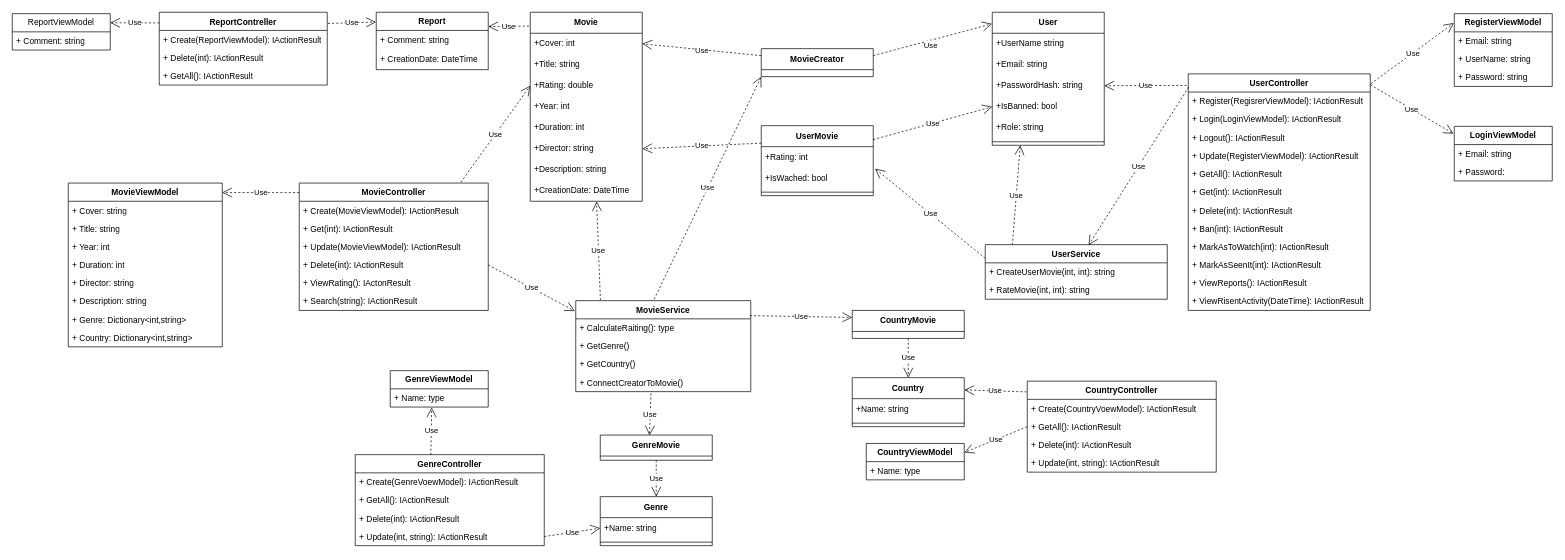
KavomanyOrganization/MovieList keeps this draw.io diagram as page "Page-1" (1 of 2) of Requirements/StaticModel/ClassDiagram.drawio. Above is the earlier version. Source tidied: cells renumbered, new cells numbered last; positions are measured from the earlier drawing's top-left corner, leaving out a move shared by most shapes. Both pictures are drawn from the tidied source at 70%, with x=0, y=0 at pixel (12, 12).
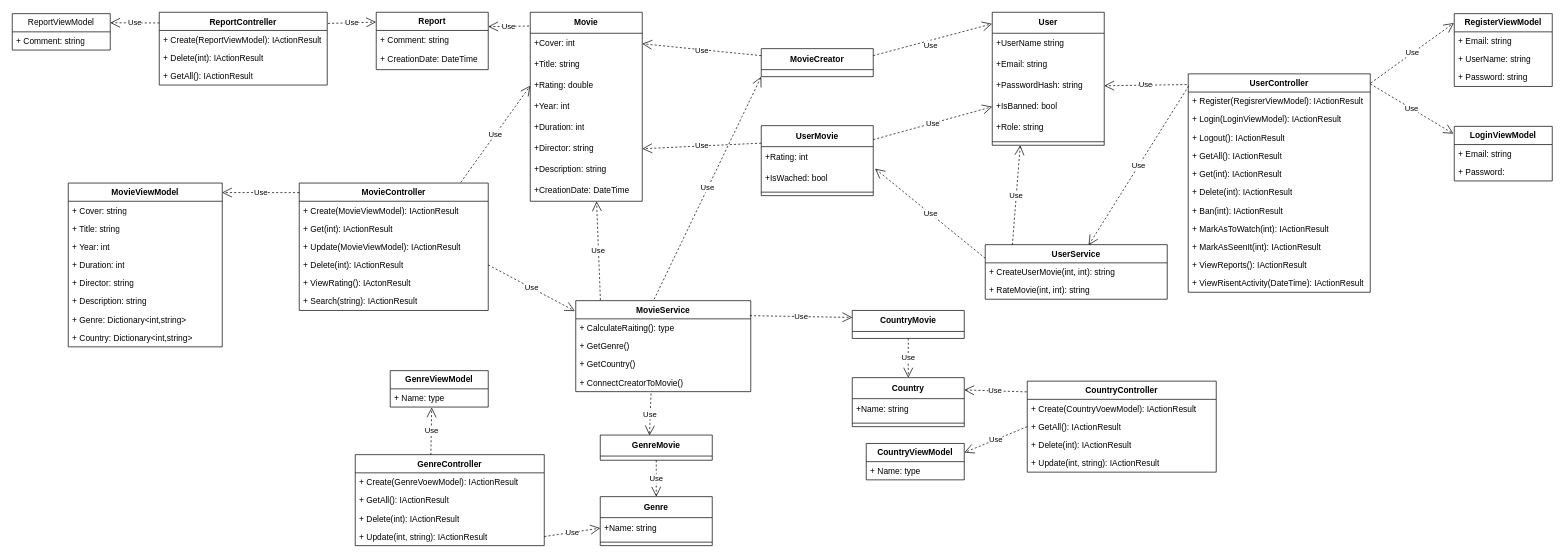
The same page after the edit.

Commit message (it also covers changes not shown here):
Remove unneccery lines from ClassDiagram

The edit, as a diff of the source:
```diff
@@
     <mxCell id="71" value="UserController" style="swimlane;fontStyle=1;align=center;verticalAlign=top;horizontal=1;startSize=26;whiteSpace=wrap;html=1;" parent="1" vertex="1">
-      <mxGeometry x="1680" y="88" width="260" height="338" as="geometry" />
+      <mxGeometry x="1680" y="88" width="260" height="312" as="geometry" />
     </mxCell>
@@
-    <mxCell id="75" value="+ Update(RegisterViewModel): IActionResult" style="text;strokeColor=none;fillColor=none;align=left;verticalAlign=top;spacingLeft=4;spacingRight=4;overflow=hidden;whiteSpace=wrap;html=1;" parent="71" vertex="1">
-      <mxGeometry y="104" width="260" height="26" as="geometry" />
-    </mxCell>
     <mxCell id="76" value="+ GetAll(): IActionResult" style="text;strokeColor=none;fillColor=none;align=left;verticalAlign=top;spacingLeft=4;spacingRight=4;overflow=hidden;whiteSpace=wrap;html=1;" parent="71" vertex="1">
-      <mxGeometry y="130" width="260" height="26" as="geometry" />
+      <mxGeometry y="104" width="260" height="26" as="geometry" />
     </mxCell>
     <mxCell id="77" value="+ Get(int): IActionResult" style="text;strokeColor=none;fillColor=none;align=left;verticalAlign=top;spacingLeft=4;spacingRight=4;overflow=hidden;whiteSpace=wrap;html=1;" parent="71" vertex="1">
-      <mxGeometry y="156" width="260" height="26" as="geometry" />
+      <mxGeometry y="130" width="260" height="26" as="geometry" />
     </mxCell>
     <mxCell id="78" value="+ Delete(int): IActionResult" style="text;strokeColor=none;fillColor=none;align=left;verticalAlign=top;spacingLeft=4;spacingRight=4;overflow=hidden;whiteSpace=wrap;html=1;" parent="71" vertex="1">
-      <mxGeometry y="182" width="260" height="26" as="geometry" />
+      <mxGeometry y="156" width="260" height="26" as="geometry" />
     </mxCell>
     <mxCell id="79" value="+ Ban(int): IActionResult" style="text;strokeColor=none;fillColor=none;align=left;verticalAlign=top;spacingLeft=4;spacingRight=4;overflow=hidden;whiteSpace=wrap;html=1;" parent="71" vertex="1">
-      <mxGeometry y="208" width="260" height="26" as="geometry" />
+      <mxGeometry y="182" width="260" height="26" as="geometry" />
     </mxCell>
     <mxCell id="80" value="+ MarkAsToWatch(int): IActionResult" style="text;strokeColor=none;fillColor=none;align=left;verticalAlign=top;spacingLeft=4;spacingRight=4;overflow=hidden;whiteSpace=wrap;html=1;" parent="71" vertex="1">
-      <mxGeometry y="234" width="260" height="26" as="geometry" />
+      <mxGeometry y="208" width="260" height="26" as="geometry" />
     </mxCell>
     <mxCell id="81" value="+ MarkAsSeenIt(int): IActionResult" style="text;strokeColor=none;fillColor=none;align=left;verticalAlign=top;spacingLeft=4;spacingRight=4;overflow=hidden;whiteSpace=wrap;html=1;" parent="71" vertex="1">
-      <mxGeometry y="260" width="260" height="26" as="geometry" />
+      <mxGeometry y="234" width="260" height="26" as="geometry" />
     </mxCell>
     <mxCell id="82" value="+ ViewReports(): IActionResult" style="text;strokeColor=none;fillColor=none;align=left;verticalAlign=top;spacingLeft=4;spacingRight=4;overflow=hidden;whiteSpace=wrap;html=1;" parent="71" vertex="1">
-      <mxGeometry y="286" width="260" height="26" as="geometry" />
+      <mxGeometry y="260" width="260" height="26" as="geometry" />
     </mxCell>
     <mxCell id="83" value="+ ViewRisentActivity(DateTime): IActionResult" style="text;strokeColor=none;fillColor=none;align=left;verticalAlign=top;spacingLeft=4;spacingRight=4;overflow=hidden;whiteSpace=wrap;html=1;" parent="71" vertex="1">
-      <mxGeometry y="312" width="260" height="26" as="geometry" />
+      <mxGeometry y="286" width="260" height="26" as="geometry" />
     </mxCell>
```
